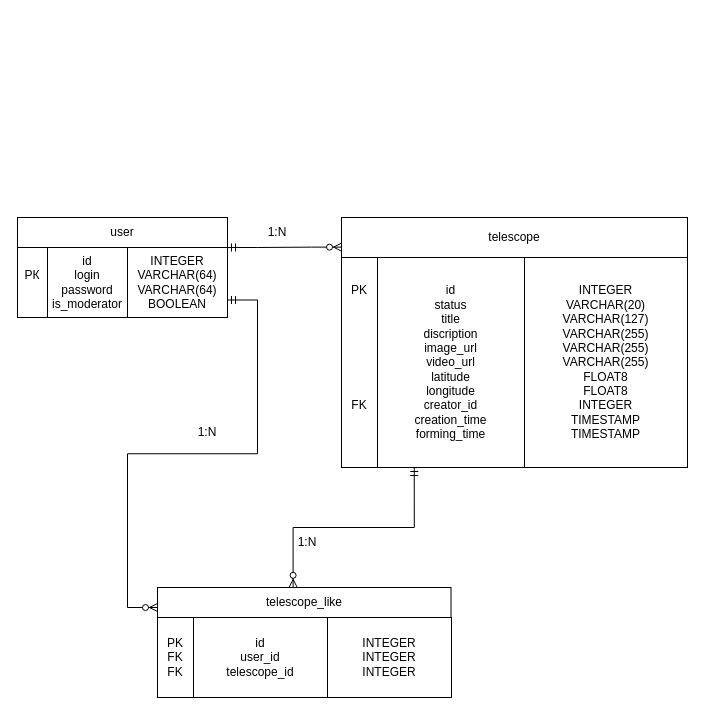
The draw.io diagram diagrams.drawio in telekolia/exoplanet-mass-definition-frontend, before the edit. Source tidied: cells renumbered, new cells numbered last; positions are measured from the earlier drawing's top-left corner, leaving out a move shared by most shapes. Both pictures are drawn from the tidied source at 100%, with x=0, y=0 at pixel (17, 217).
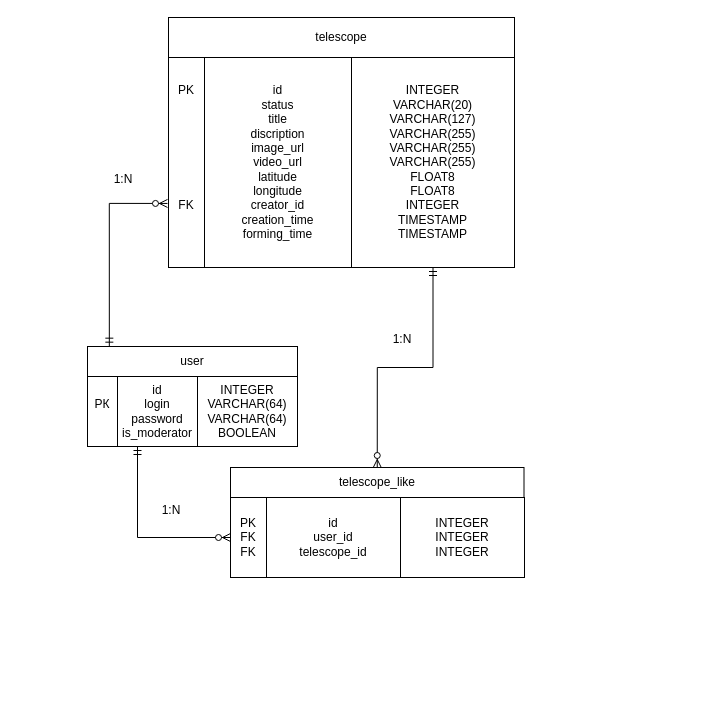
The same diagram, later.

Change to the diagram source:
```diff
@@
     <mxCell id="2" value="user" style="rounded=0;whiteSpace=wrap;html=1;" parent="1" vertex="1">
-      <mxGeometry width="210" height="30" as="geometry" />
+      <mxGeometry x="70" y="129" width="210" height="30" as="geometry" />
     </mxCell>
     <mxCell id="3" value="РК&lt;div&gt;&lt;br&gt;&lt;/div&gt;" style="rounded=0;whiteSpace=wrap;html=1;align=center;" parent="1" vertex="1">
-      <mxGeometry y="30" width="30" height="70" as="geometry" />
+      <mxGeometry x="70" y="159" width="30" height="70" as="geometry" />
     </mxCell>
     <mxCell id="4" value="id&lt;div&gt;login&lt;/div&gt;&lt;div&gt;password&lt;/div&gt;&lt;div&gt;is_moderator&lt;/div&gt;" style="rounded=0;whiteSpace=wrap;html=1;" parent="1" vertex="1">
-      <mxGeometry x="30" y="30" width="80" height="70" as="geometry" />
+      <mxGeometry x="100" y="159" width="80" height="70" as="geometry" />
     </mxCell>
     <mxCell id="5" value="INTEGER&lt;div&gt;VARCHAR(64)&lt;br&gt;&lt;/div&gt;&lt;div&gt;VARCHAR(64)&lt;/div&gt;&lt;div&gt;BOOLEAN&lt;/div&gt;" style="rounded=0;whiteSpace=wrap;html=1;" parent="1" vertex="1">
-      <mxGeometry x="110" y="30" width="100" height="70" as="geometry" />
+      <mxGeometry x="180" y="159" width="100" height="70" as="geometry" />
     </mxCell>
     <mxCell id="6" value="telescope" style="rounded=0;whiteSpace=wrap;html=1;" parent="1" vertex="1">
-      <mxGeometry x="324" width="346" height="40" as="geometry" />
+      <mxGeometry x="151" y="-200" width="346" height="40" as="geometry" />
     </mxCell>
     <mxCell id="7" value="&lt;div&gt;&lt;br&gt;&lt;/div&gt;&lt;div&gt;&lt;span style=&quot;background-color: transparent; color: light-dark(rgb(0, 0, 0), rgb(255, 255, 255));&quot;&gt;PK&lt;/span&gt;&lt;/div&gt;&lt;div&gt;&lt;span style=&quot;background-color: transparent; color: light-dark(rgb(0, 0, 0), rgb(255, 255, 255));&quot;&gt;&lt;br&gt;&lt;/span&gt;&lt;/div&gt;&lt;div&gt;&lt;br&gt;&lt;/div&gt;&lt;div&gt;&lt;br&gt;&lt;/div&gt;&lt;div&gt;&lt;br&gt;&lt;/div&gt;&lt;div&gt;&lt;br&gt;&lt;/div&gt;&lt;div&gt;&lt;br&gt;&lt;/div&gt;&lt;div&gt;&lt;br&gt;&lt;/div&gt;&lt;div&gt;FK&lt;/div&gt;&lt;div&gt;&lt;br&gt;&lt;/div&gt;&lt;div&gt;&lt;br&gt;&lt;/div&gt;&lt;div&gt;&lt;br&gt;&lt;/div&gt;" style="rounded=0;whiteSpace=wrap;html=1;" parent="1" vertex="1">
-      <mxGeometry x="324" y="40" width="36" height="210" as="geometry" />
+      <mxGeometry x="151" y="-160" width="36" height="210" as="geometry" />
     </mxCell>
     <mxCell id="8" value="&lt;div&gt;id&lt;/div&gt;&lt;div&gt;status&lt;/div&gt;&lt;div&gt;&lt;span style=&quot;background-color: transparent; color: light-dark(rgb(0, 0, 0), rgb(255, 255, 255));&quot;&gt;title&lt;/span&gt;&lt;/div&gt;&lt;div&gt;discription&lt;/div&gt;&lt;div&gt;image_url&lt;/div&gt;&lt;div&gt;video_url&lt;/div&gt;&lt;div&gt;latitude&lt;/div&gt;&lt;div&gt;longitude&lt;/div&gt;&lt;div&gt;creator_id&lt;/div&gt;&lt;div&gt;creation_time&lt;/div&gt;&lt;div&gt;forming_time&lt;/div&gt;" style="rounded=0;whiteSpace=wrap;html=1;" parent="1" vertex="1">
-      <mxGeometry x="360" y="40" width="147" height="210" as="geometry" />
+      <mxGeometry x="187" y="-160" width="147" height="210" as="geometry" />
     </mxCell>
     <mxCell id="9" value="&lt;div&gt;INTEGER&lt;/div&gt;&lt;div&gt;VARCHAR(20)&lt;/div&gt;&lt;div&gt;VARCHAR(127)&lt;/div&gt;&lt;div&gt;VARCHAR(255)&lt;/div&gt;&lt;div&gt;VARCHAR(255)&lt;/div&gt;&lt;div&gt;VARCHAR(255)&lt;/div&gt;&lt;div&gt;FLOAT8&lt;/div&gt;&lt;div&gt;FLOAT8&lt;/div&gt;&lt;div&gt;INTEGER&lt;/div&gt;&lt;div&gt;TIMESTAMP&lt;/div&gt;&lt;div&gt;TIMESTAMP&lt;/div&gt;" style="rounded=0;whiteSpace=wrap;html=1;" parent="1" vertex="1">
-      <mxGeometry x="507" y="40" width="163" height="210" as="geometry" />
+      <mxGeometry x="334" y="-160" width="163" height="210" as="geometry" />
     </mxCell>
     <mxCell id="10" value="telescope_like" style="rounded=0;whiteSpace=wrap;html=1;" parent="1" vertex="1">
-      <mxGeometry x="140" y="370" width="293.5" height="30" as="geometry" />
+      <mxGeometry x="213" y="250" width="293.5" height="30" as="geometry" />
     </mxCell>
     <mxCell id="11" value="&lt;div&gt;PK&lt;/div&gt;&lt;div&gt;FK&lt;/div&gt;&lt;div&gt;FK&lt;/div&gt;" style="rounded=0;whiteSpace=wrap;html=1;" parent="1" vertex="1">
-      <mxGeometry x="140" y="400" width="36" height="80" as="geometry" />
+      <mxGeometry x="213" y="280" width="36" height="80" as="geometry" />
     </mxCell>
     <mxCell id="12" value="&lt;div&gt;id&lt;/div&gt;&lt;div&gt;user_id&lt;/div&gt;&lt;div&gt;telescope_id&lt;/div&gt;" style="rounded=0;whiteSpace=wrap;html=1;" parent="1" vertex="1">
-      <mxGeometry x="176" y="400" width="134" height="80" as="geometry" />
+      <mxGeometry x="249" y="280" width="134" height="80" as="geometry" />
     </mxCell>
     <mxCell id="13" value="&lt;div&gt;INTEGER&lt;/div&gt;&lt;div&gt;INTEGER&lt;/div&gt;&lt;div&gt;INTEGER&lt;/div&gt;" style="rounded=0;whiteSpace=wrap;html=1;" parent="1" vertex="1">
-      <mxGeometry x="310" y="400" width="124" height="80" as="geometry" />
+      <mxGeometry x="383" y="280" width="124" height="80" as="geometry" />
     </mxCell>
-    <mxCell id="14" style="edgeStyle=entityRelationEdgeStyle;fontSize=12;html=1;endArrow=ERzeroToMany;startArrow=ERmandOne;rounded=0;exitX=1;exitY=0;exitDx=0;exitDy=0;entryX=0;entryY=0.741;entryDx=0;entryDy=0;entryPerimeter=0;" parent="1" edge="1" source="5" target="6">
-      <mxGeometry relative="1" as="geometry" />
+    <mxCell id="14" style="edgeStyle=orthogonalEdgeStyle;fontSize=12;html=1;endArrow=ERzeroToMany;startArrow=ERmandOne;rounded=0;entryX=-0.028;entryY=0.695;entryDx=0;entryDy=0;entryPerimeter=0;exitX=0.104;exitY=-0.011;exitDx=0;exitDy=0;exitPerimeter=0;" parent="1" edge="1" source="2" target="7">
+      <mxGeometry relative="1" as="geometry">
+        <Array as="points">
+          <mxPoint x="92" y="-14" />
+        </Array>
+      </mxGeometry>
     </mxCell>
-    <mxCell id="15" style="edgeStyle=entityRelationEdgeStyle;fontSize=12;html=1;endArrow=ERzeroToMany;startArrow=ERmandOne;rounded=0;exitX=1;exitY=0.75;exitDx=0;exitDy=0;" parent="1" edge="1" source="5">
-      <mxGeometry relative="1" as="geometry">
-        <mxPoint x="140" y="390" as="targetPoint" />
-      </mxGeometry>
+    <mxCell id="15" style="edgeStyle=orthogonalEdgeStyle;fontSize=12;html=1;endArrow=ERzeroToMany;startArrow=ERmandOne;rounded=0;exitX=0.25;exitY=1;exitDx=0;exitDy=0;entryX=0;entryY=0.5;entryDx=0;entryDy=0;" parent="1" edge="1" source="4" target="11">
+      <mxGeometry relative="1" as="geometry" />
     </mxCell>
-    <mxCell id="16" style="edgeStyle=orthogonalEdgeStyle;fontSize=12;html=1;endArrow=ERzeroToMany;startArrow=ERmandOne;rounded=0;entryX=0.462;entryY=-0.006;entryDx=0;entryDy=0;entryPerimeter=0;elbow=vertical;exitX=0.25;exitY=1;exitDx=0;exitDy=0;" parent="1" edge="1" source="8" target="10">
+    <mxCell id="16" style="edgeStyle=orthogonalEdgeStyle;fontSize=12;html=1;endArrow=ERzeroToMany;startArrow=ERmandOne;rounded=0;elbow=vertical;exitX=0.5;exitY=1;exitDx=0;exitDy=0;entryX=0.5;entryY=0;entryDx=0;entryDy=0;" parent="1" edge="1" source="9" target="10">
       <mxGeometry relative="1" as="geometry" />
     </mxCell>
     <mxCell id="17" value="1:N" style="text;html=1;whiteSpace=wrap;strokeColor=none;fillColor=none;align=center;verticalAlign=middle;rounded=0;" parent="1" vertex="1">
-      <mxGeometry x="230" width="60" height="30" as="geometry" />
+      <mxGeometry x="76" y="-53" width="60" height="30" as="geometry" />
     </mxCell>
     <mxCell id="18" value="1:N" style="text;html=1;whiteSpace=wrap;strokeColor=none;fillColor=none;align=center;verticalAlign=middle;rounded=0;" parent="1" vertex="1">
-      <mxGeometry x="160" y="200" width="60" height="30" as="geometry" />
+      <mxGeometry x="124" y="278" width="60" height="30" as="geometry" />
     </mxCell>
     <mxCell id="19" value="1:N" style="text;html=1;whiteSpace=wrap;strokeColor=none;fillColor=none;align=center;verticalAlign=middle;rounded=0;" parent="1" vertex="1">
-      <mxGeometry x="260" y="310" width="60" height="30" as="geometry" />
+      <mxGeometry x="355" y="107" width="60" height="30" as="geometry" />
     </mxCell>
```
